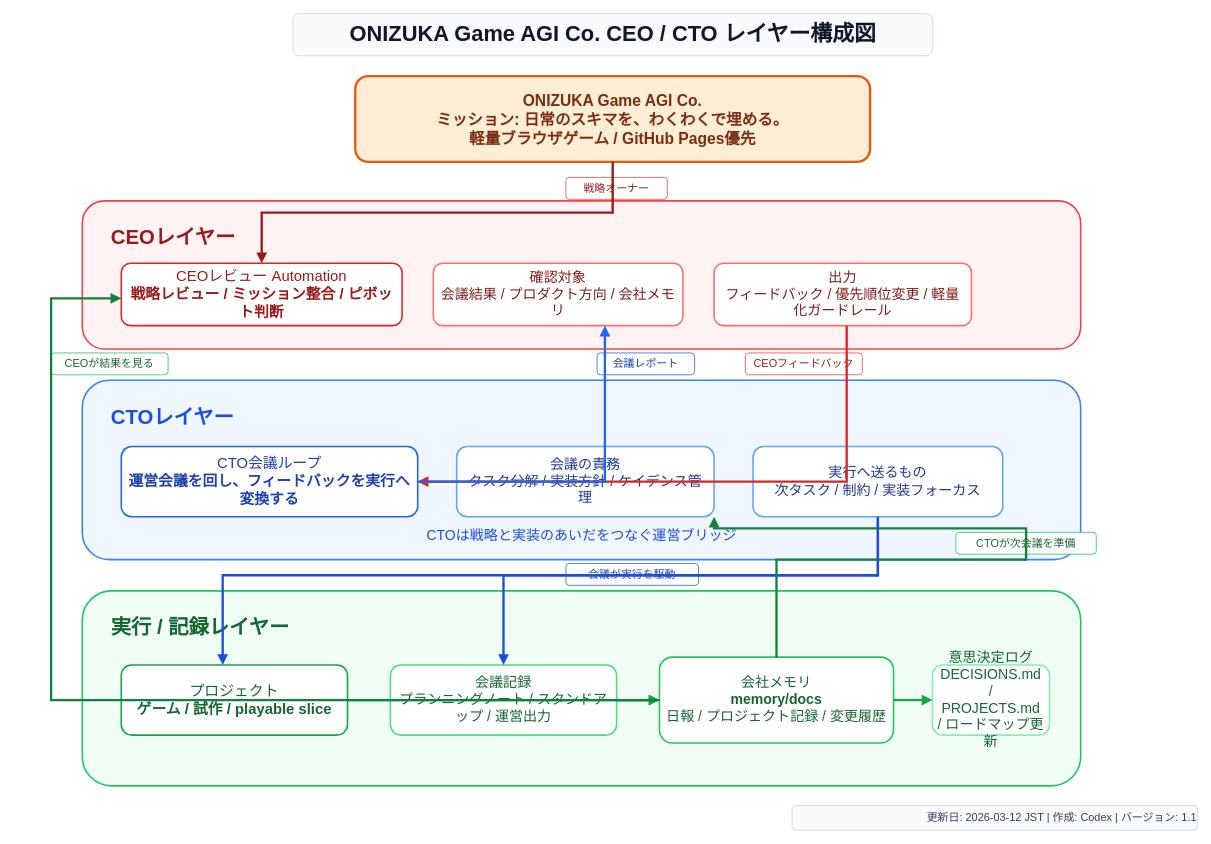
onizuka-agi-co/onizuka-game-agi-co keeps this draw.io diagram as docs/onizuka-game-agi-company-layers.drawio. Above is the earlier version. Source tidied: cells renumbered, new cells numbered last; positions are measured from the earlier drawing's top-left corner, leaving out a move shared by most shapes. Both pictures are drawn from the tidied source at 78%, with x=0, y=0 at pixel (51, 13).
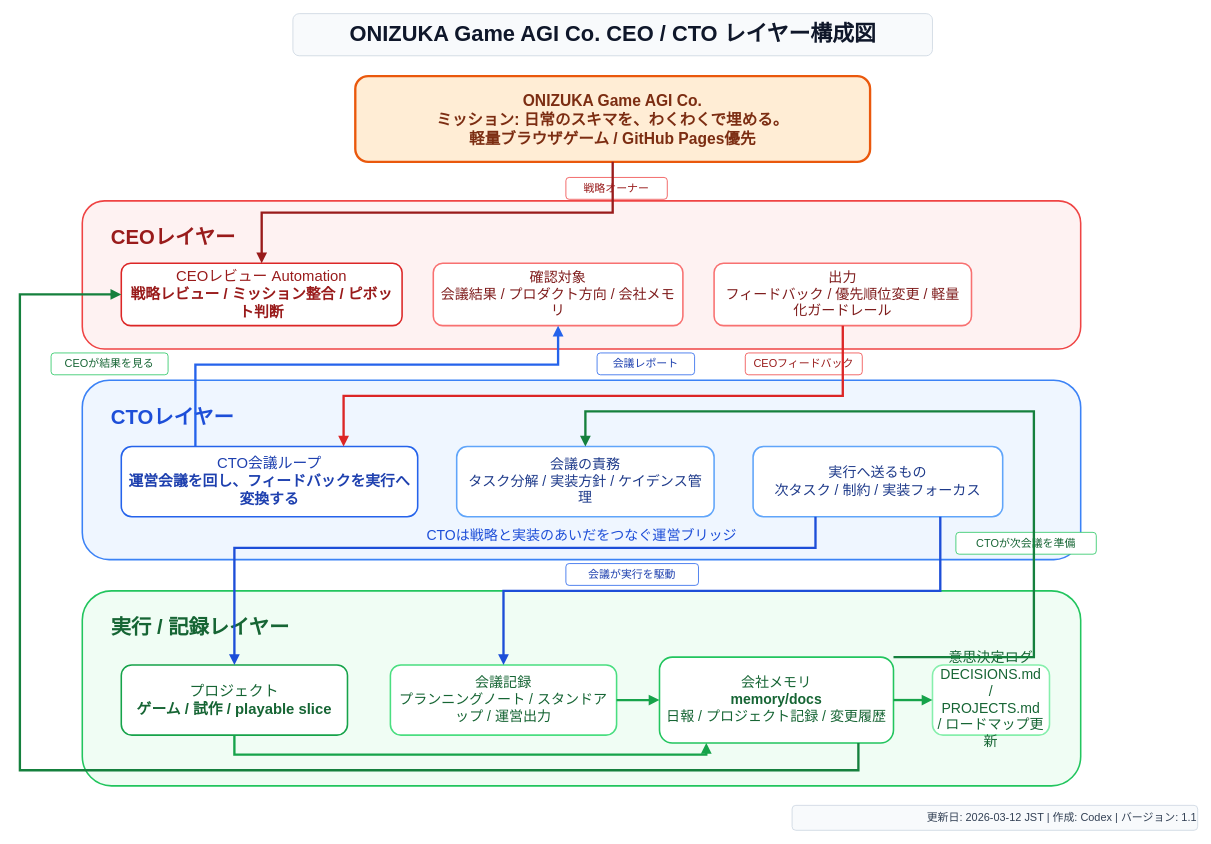
After the change.

Commit message (it also covers changes not shown here):
docs: update company layers diagram

The change refers to these unchanged cells:
```xml
<mxCell id="7" value="CEOレビュー Automation&lt;br&gt;&lt;b&gt;戦略レビュー / ミッション整合 / ピボット判断&lt;/b&gt;" style="rounded=1;whiteSpace=wrap;html=1;fillColor=#ffffff;strokeColor=#dc2626;strokeWidth=2;fontSize=19;fontFamily=Noto Sans JP;fontColor=#991b1b;align=center;verticalAlign=middle;spacing=8;" parent="1" vertex="1">
  <mxGeometry x="90" y="320" width="360" height="80" as="geometry" />
</mxCell>
<mxCell id="8" value="確認対象&lt;br&gt;会議結果 / プロダクト方向 / 会社メモリ" style="rounded=1;whiteSpace=wrap;html=1;fillColor=#ffffff;strokeColor=#f87171;strokeWidth=2;fontSize=18;fontFamily=Noto Sans JP;fontColor=#7f1d1d;align=center;verticalAlign=middle;spacing=8;" parent="1" vertex="1">
  <mxGeometry x="490" y="320" width="320" height="80" as="geometry" />
</mxCell>
<mxCell id="9" value="出力&lt;br&gt;フィードバック / 優先順位変更 / 軽量化ガードレール" style="rounded=1;whiteSpace=wrap;html=1;fillColor=#ffffff;strokeColor=#f87171;strokeWidth=2;fontSize=18;fontFamily=Noto Sans JP;fontColor=#7f1d1d;align=center;verticalAlign=middle;spacing=8;" parent="1" vertex="1">
  <mxGeometry x="850" y="320" width="330" height="80" as="geometry" />
</mxCell>
<mxCell id="12" value="CTO会議ループ&lt;br&gt;&lt;b&gt;運営会議を回し、フィードバックを実行へ変換する&lt;/b&gt;" style="rounded=1;whiteSpace=wrap;html=1;fillColor=#ffffff;strokeColor=#2563eb;strokeWidth=2;fontSize=19;fontFamily=Noto Sans JP;fontColor=#1e40af;align=center;verticalAlign=middle;spacing=8;" parent="1" vertex="1">
  <mxGeometry x="90" y="555" width="380" height="90" as="geometry" />
</mxCell>
<mxCell id="13" value="会議の責務&lt;br&gt;タスク分解 / 実装方針 / ケイデンス管理" style="rounded=1;whiteSpace=wrap;html=1;fillColor=#ffffff;strokeColor=#60a5fa;strokeWidth=2;fontSize=18;fontFamily=Noto Sans JP;fontColor=#1e3a8a;align=center;verticalAlign=middle;spacing=8;" parent="1" vertex="1">
  <mxGeometry x="520" y="555" width="330" height="90" as="geometry" />
</mxCell>
<mxCell id="14" value="実行へ送るもの&lt;br&gt;次タスク / 制約 / 実装フォーカス" style="rounded=1;whiteSpace=wrap;html=1;fillColor=#ffffff;strokeColor=#60a5fa;strokeWidth=2;fontSize=18;fontFamily=Noto Sans JP;fontColor=#1e3a8a;align=center;verticalAlign=middle;spacing=8;" parent="1" vertex="1">
  <mxGeometry x="900" y="555" width="320" height="90" as="geometry" />
</mxCell>
<mxCell id="18" value="プロジェクト&lt;br&gt;&lt;b&gt;ゲーム / 試作 / playable slice&lt;/b&gt;" style="rounded=1;whiteSpace=wrap;html=1;fillColor=#ffffff;strokeColor=#16a34a;strokeWidth=2;fontSize=19;fontFamily=Noto Sans JP;fontColor=#166534;align=center;verticalAlign=middle;spacing=8;" parent="1" vertex="1">
  <mxGeometry x="90" y="835" width="290" height="90" as="geometry" />
</mxCell>
<mxCell id="19" value="会議記録&lt;br&gt;プランニングノート / スタンドアップ / 運営出力" style="rounded=1;whiteSpace=wrap;html=1;fillColor=#ffffff;strokeColor=#4ade80;strokeWidth=2;fontSize=18;fontFamily=Noto Sans JP;fontColor=#166534;align=center;verticalAlign=middle;spacing=8;" parent="1" vertex="1">
  <mxGeometry x="435" y="835" width="290" height="90" as="geometry" />
</mxCell>
<mxCell id="20" value="会社メモリ&lt;br&gt;&lt;b&gt;memory/docs&lt;/b&gt;&lt;br&gt;日報 / プロジェクト記録 / 変更履歴" style="rounded=1;whiteSpace=wrap;html=1;fillColor=#ffffff;strokeColor=#22c55e;strokeWidth=2;fontSize=18;fontFamily=Noto Sans JP;fontColor=#166534;align=center;verticalAlign=middle;spacing=8;" parent="1" vertex="1">
  <mxGeometry x="780" y="825" width="300" height="110" as="geometry" />
</mxCell>
```

Diff of the diagram source:
```diff
@@
-    <mxCell id="29" style="edgeStyle=orthogonalEdgeStyle;rounded=0;jettySize=auto;html=1;strokeWidth=3;strokeColor=#dc2626;endArrow=block;endFill=1;" parent="1" edge="1" source="9" target="12">
+    <mxCell id="29" style="edgeStyle=orthogonalEdgeStyle;rounded=0;jettySize=auto;html=1;strokeWidth=3;strokeColor=#dc2626;endArrow=block;endFill=1;exitX=0.5;exitY=1;exitDx=0;exitDy=0;entryX=0.75;entryY=0;entryDx=0;entryDy=0;" parent="1" edge="1" source="9" target="12">
       <mxGeometry relative="1" as="geometry">
         <Array as="points">
-          <mxPoint x="1020" y="450" />
-          <mxPoint x="1020" y="600" />
+          <mxPoint x="1015" y="490" />
+          <mxPoint x="375" y="490" />
         </Array>
       </mxGeometry>
     </mxCell>
-    <mxCell id="30" style="edgeStyle=orthogonalEdgeStyle;rounded=0;jettySize=auto;html=1;strokeWidth=3;strokeColor=#2563eb;endArrow=block;endFill=1;" parent="1" edge="1" source="12" target="8">
+    <mxCell id="30" style="edgeStyle=orthogonalEdgeStyle;rounded=0;jettySize=auto;html=1;strokeWidth=3;strokeColor=#2563eb;endArrow=block;endFill=1;exitX=0.25;exitY=0;exitDx=0;exitDy=0;entryX=0.5;entryY=1;entryDx=0;entryDy=0;" parent="1" edge="1" source="12" target="8">
       <mxGeometry relative="1" as="geometry">
         <Array as="points">
-          <mxPoint x="710" y="600" />
-          <mxPoint x="710" y="360" />
+          <mxPoint x="185" y="450" />
+          <mxPoint x="650" y="450" />
         </Array>
       </mxGeometry>
     </mxCell>
-    <mxCell id="31" style="edgeStyle=orthogonalEdgeStyle;rounded=0;jettySize=auto;html=1;strokeWidth=3;strokeColor=#1d4ed8;endArrow=block;endFill=1;" parent="1" edge="1" source="14" target="18">
+    <mxCell id="31" style="edgeStyle=orthogonalEdgeStyle;rounded=0;jettySize=auto;html=1;strokeWidth=3;strokeColor=#1d4ed8;endArrow=block;endFill=1;exitX=0.25;exitY=1;exitDx=0;exitDy=0;entryX=0.5;entryY=0;entryDx=0;entryDy=0;" parent="1" edge="1" source="14" target="18">
       <mxGeometry relative="1" as="geometry">
         <Array as="points">
-          <mxPoint x="1060" y="720" />
-          <mxPoint x="220" y="720" />
-          <mxPoint x="220" y="880" />
+          <mxPoint x="980" y="685" />
+          <mxPoint x="235" y="685" />
         </Array>
       </mxGeometry>
     </mxCell>
-    <mxCell id="32" style="edgeStyle=orthogonalEdgeStyle;rounded=0;jettySize=auto;html=1;strokeWidth=3;strokeColor=#1d4ed8;endArrow=block;endFill=1;" parent="1" edge="1" source="14" target="19">
+    <mxCell id="32" style="edgeStyle=orthogonalEdgeStyle;rounded=0;jettySize=auto;html=1;strokeWidth=3;strokeColor=#1d4ed8;endArrow=block;endFill=1;exitX=0.75;exitY=1;exitDx=0;exitDy=0;entryX=0.5;entryY=0;entryDx=0;entryDy=0;" parent="1" edge="1" source="14" target="19">
       <mxGeometry relative="1" as="geometry">
         <Array as="points">
-          <mxPoint x="1060" y="720" />
-          <mxPoint x="580" y="720" />
-          <mxPoint x="580" y="880" />
+          <mxPoint x="1140" y="740" />
+          <mxPoint x="580" y="740" />
         </Array>
       </mxGeometry>
     </mxCell>
-    <mxCell id="33" style="edgeStyle=orthogonalEdgeStyle;rounded=0;jettySize=auto;html=1;strokeWidth=3;strokeColor=#16a34a;endArrow=block;endFill=1;" parent="1" edge="1" source="18" target="20">
-      <mxGeometry relative="1" as="geometry" />
+    <mxCell id="33" style="edgeStyle=orthogonalEdgeStyle;rounded=0;jettySize=auto;html=1;strokeWidth=3;strokeColor=#16a34a;endArrow=block;endFill=1;exitX=0.5;exitY=1;exitDx=0;exitDy=0;entryX=0.2;entryY=1;entryDx=0;entryDy=0;" parent="1" edge="1" source="18" target="20">
+      <mxGeometry relative="1" as="geometry">
+        <Array as="points">
+          <mxPoint x="235" y="950" />
+          <mxPoint x="840" y="950" />
+        </Array>
+      </mxGeometry>
     </mxCell>
-    <mxCell id="34" style="edgeStyle=orthogonalEdgeStyle;rounded=0;jettySize=auto;html=1;strokeWidth=3;strokeColor=#16a34a;endArrow=block;endFill=1;" parent="1" edge="1" source="19" target="20">
+    <mxCell id="34" style="edgeStyle=orthogonalEdgeStyle;rounded=0;jettySize=auto;html=1;strokeWidth=3;strokeColor=#16a34a;endArrow=block;endFill=1;exitX=1;exitY=0.5;exitDx=0;exitDy=0;entryX=0;entryY=0.5;entryDx=0;entryDy=0;" parent="1" edge="1" source="19" target="20">
       <mxGeometry relative="1" as="geometry" />
     </mxCell>
@@
-    <mxCell id="36" style="edgeStyle=orthogonalEdgeStyle;rounded=0;jettySize=auto;html=1;strokeWidth=3;strokeColor=#15803d;endArrow=block;endFill=1;" parent="1" edge="1" source="20" target="7">
+    <mxCell id="36" style="edgeStyle=orthogonalEdgeStyle;rounded=0;jettySize=auto;html=1;strokeWidth=3;strokeColor=#15803d;endArrow=block;endFill=1;exitX=0.85;exitY=1;exitDx=0;exitDy=0;entryX=0;entryY=0.5;entryDx=0;entryDy=0;" parent="1" edge="1" source="20" target="7">
       <mxGeometry relative="1" as="geometry">
         <Array as="points">
-          <mxPoint y="880" />
-          <mxPoint y="365" />
-          <mxPoint x="90" y="365" />
+          <mxPoint x="1035" y="970" />
+          <mxPoint x="-40" y="970" />
+          <mxPoint x="-40" y="360" />
         </Array>
       </mxGeometry>
     </mxCell>
-    <mxCell id="37" style="edgeStyle=orthogonalEdgeStyle;rounded=0;jettySize=auto;html=1;strokeWidth=3;strokeColor=#15803d;endArrow=block;endFill=1;" parent="1" edge="1" source="20" target="13">
+    <mxCell id="37" style="edgeStyle=orthogonalEdgeStyle;rounded=0;jettySize=auto;html=1;strokeWidth=3;strokeColor=#15803d;endArrow=block;endFill=1;exitX=1;exitY=0;exitDx=0;exitDy=0;entryX=0.5;entryY=0;entryDx=0;entryDy=0;" parent="1" edge="1" source="20" target="13">
       <mxGeometry relative="1" as="geometry">
         <Array as="points">
-          <mxPoint x="1250" y="700" />
-          <mxPoint x="1250" y="660" />
-          <mxPoint x="850" y="660" />
+          <mxPoint x="1260" y="825" />
+          <mxPoint x="1260" y="510" />
+          <mxPoint x="685" y="510" />
         </Array>
       </mxGeometry>
     </mxCell>
```
